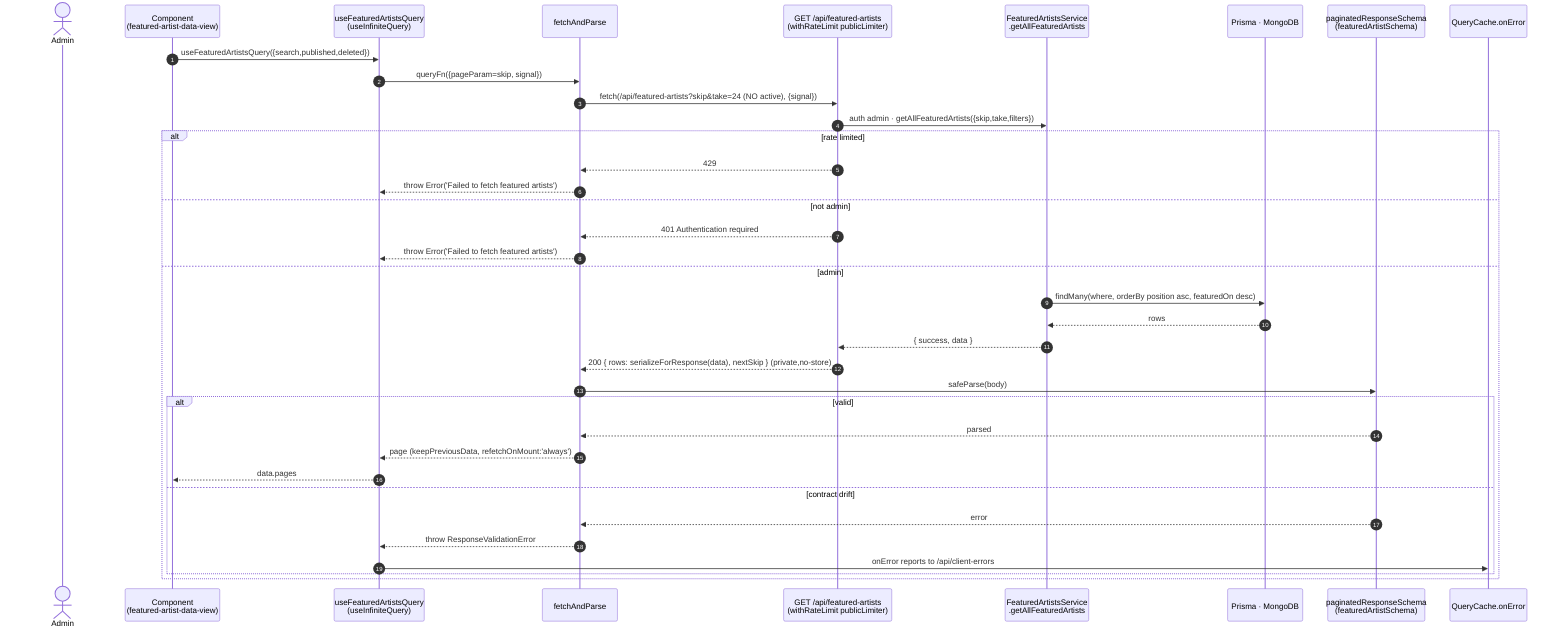
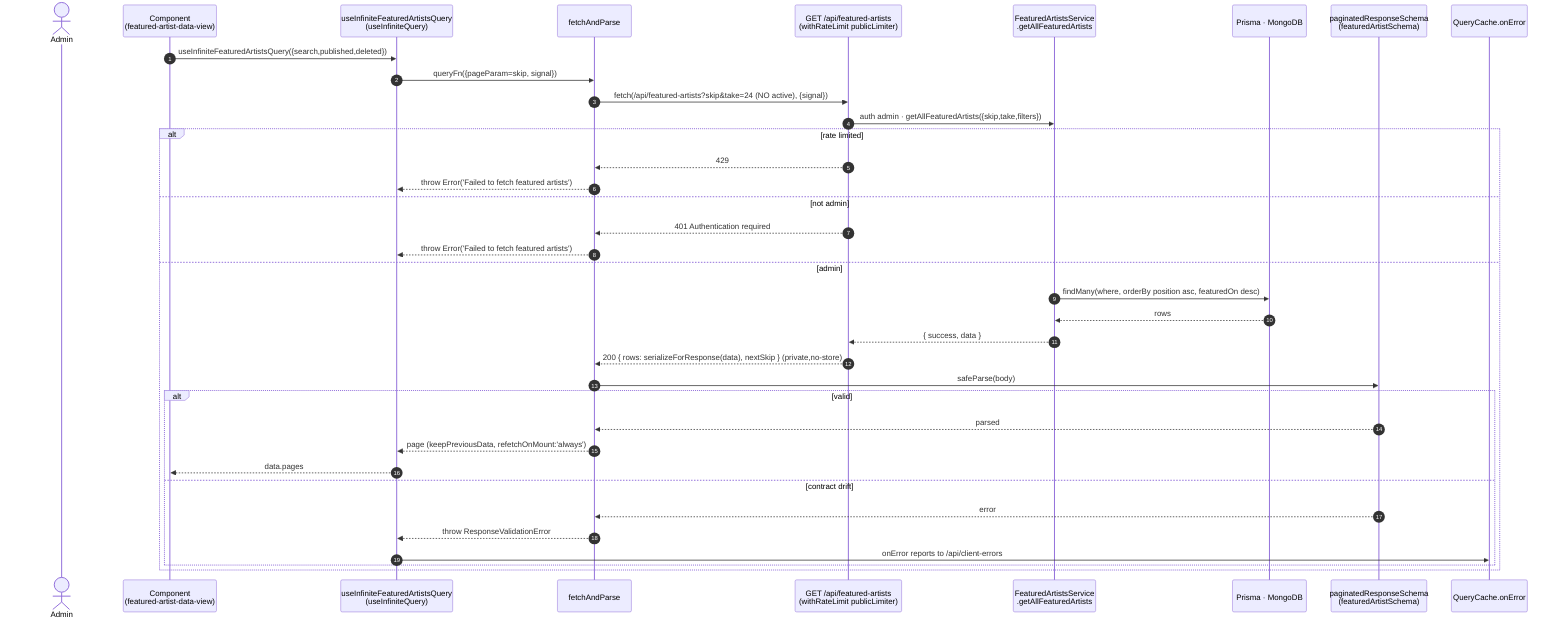
- %% useFeaturedArtistsQuery — admin featured-artists listing (infinite)
+ %% useInfiniteFeaturedArtistsQuery — admin featured-artists listing (infinite)
sequenceDiagram
    autonumber
    actor U as Admin
    participant C as Component<br/>(featured-artist-data-view)
-     participant H as useFeaturedArtistsQuery<br/>(useInfiniteQuery)
+     participant H as useInfiniteFeaturedArtistsQuery<br/>(useInfiniteQuery)
    participant F as fetchAndParse
    participant R as GET /api/featured-artists<br/>(withRateLimit publicLimiter)
    participant SV as FeaturedArtistsService<br/>.getAllFeaturedArtists
    participant DB as Prisma · MongoDB
    participant V as paginatedResponseSchema<br/>(featuredArtistSchema)
    participant RC as QueryCache.onError
-     C->>H: useFeaturedArtistsQuery({search,published,deleted})
+     C->>H: useInfiniteFeaturedArtistsQuery({search,published,deleted})
    H->>F: queryFn({pageParam=skip, signal})
    F->>R: fetch(/api/featured-artists?skip&take=24 (NO active), {signal})
    R->>SV: auth admin · getAllFeaturedArtists({skip,take,filters})
    alt rate limited
        R-->>F: 429
        F-->>H: throw Error('Failed to fetch featured artists')
    else not admin
        R-->>F: 401 Authentication required
        F-->>H: throw Error('Failed to fetch featured artists')
    else admin
        SV->>DB: findMany(where, orderBy position asc, featuredOn desc)
        DB-->>SV: rows
        SV-->>R: { success, data }
        R-->>F: 200 { rows: serializeForResponse(data), nextSkip } (private,no-store)
        F->>V: safeParse(body)
        alt valid
            V-->>F: parsed
            F-->>H: page (keepPreviousData, refetchOnMount:'always')
            H-->>C: data.pages
        else contract drift
            V-->>F: error
            F-->>H: throw ResponseValidationError
            H->>RC: onError reports to /api/client-errors
        end
    end
